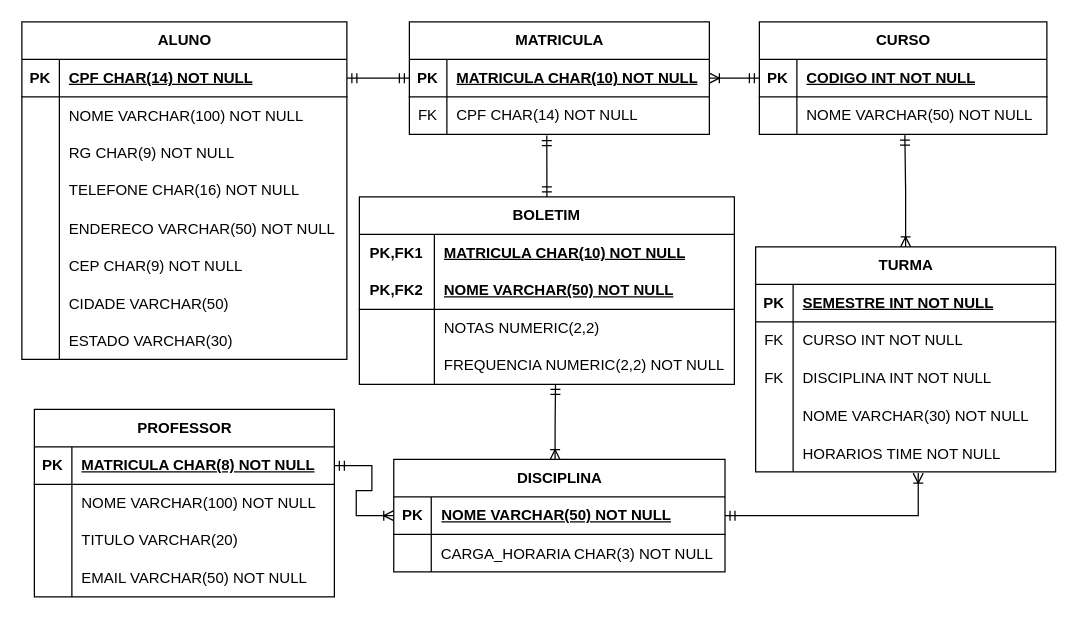
Above: atividade db b2.drawio in ngdx4/banco_de_dados1 (draw.io), before the change. Source tidied: cells renumbered, new cells numbered last; positions are measured from the earlier drawing's top-left corner, leaving out a move shared by most shapes. Both pictures are drawn from the tidied source at 125%, with x=0, y=0 at pixel (21, 21).
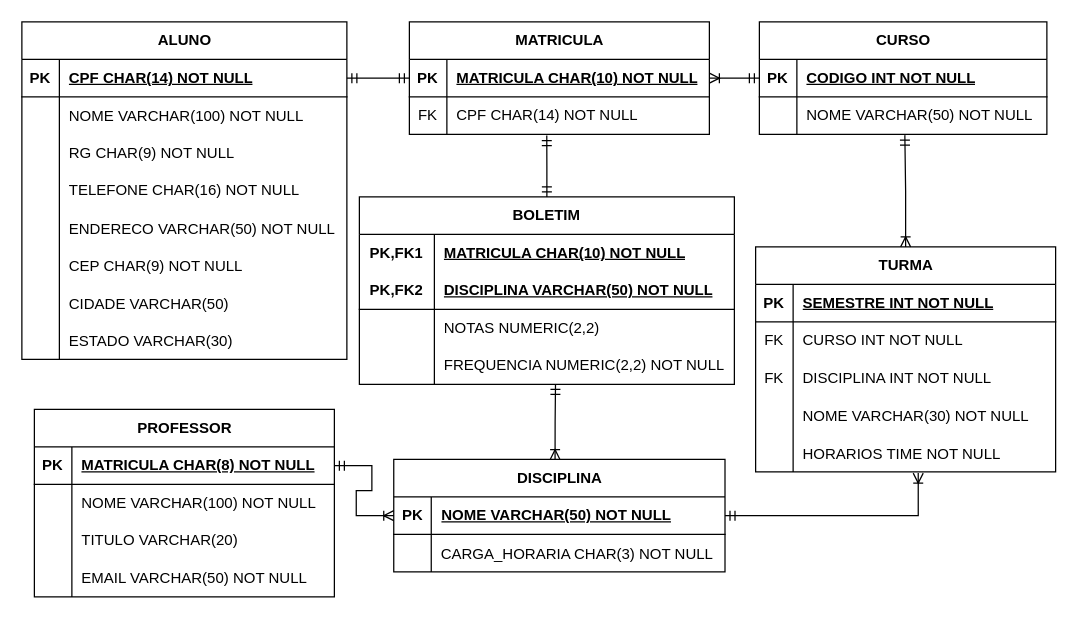
The same diagram, later.

Unchanged cells that the change refers to:
```xml
<mxCell id="86" style="shape=tableRow;horizontal=0;startSize=0;swimlaneHead=0;swimlaneBody=0;fillColor=none;top=0;left=0;right=0;bottom=1;html=1;" parent="82" vertex="1">
  <mxGeometry y="60" width="300" height="30" as="geometry" />
</mxCell>
```

Diff of the diagram source:
```diff
@@
-    <mxCell id="88" value="NOME VARCHAR(50) NOT NULL" style="shape=partialRectangle;fillColor=none;top=0;left=0;bottom=0;right=0;align=left;spacingLeft=6;fontStyle=5;overflow=hidden;html=1;whiteSpace=wrap;" parent="86" vertex="1">
+    <mxCell id="88" value="DISCIPLINA VARCHAR(50) NOT NULL" style="shape=partialRectangle;fillColor=none;top=0;left=0;bottom=0;right=0;align=left;spacingLeft=6;fontStyle=5;overflow=hidden;html=1;whiteSpace=wrap;" parent="86" vertex="1">
       <mxGeometry x="60" width="240" height="30" as="geometry" />
     </mxCell>
```
